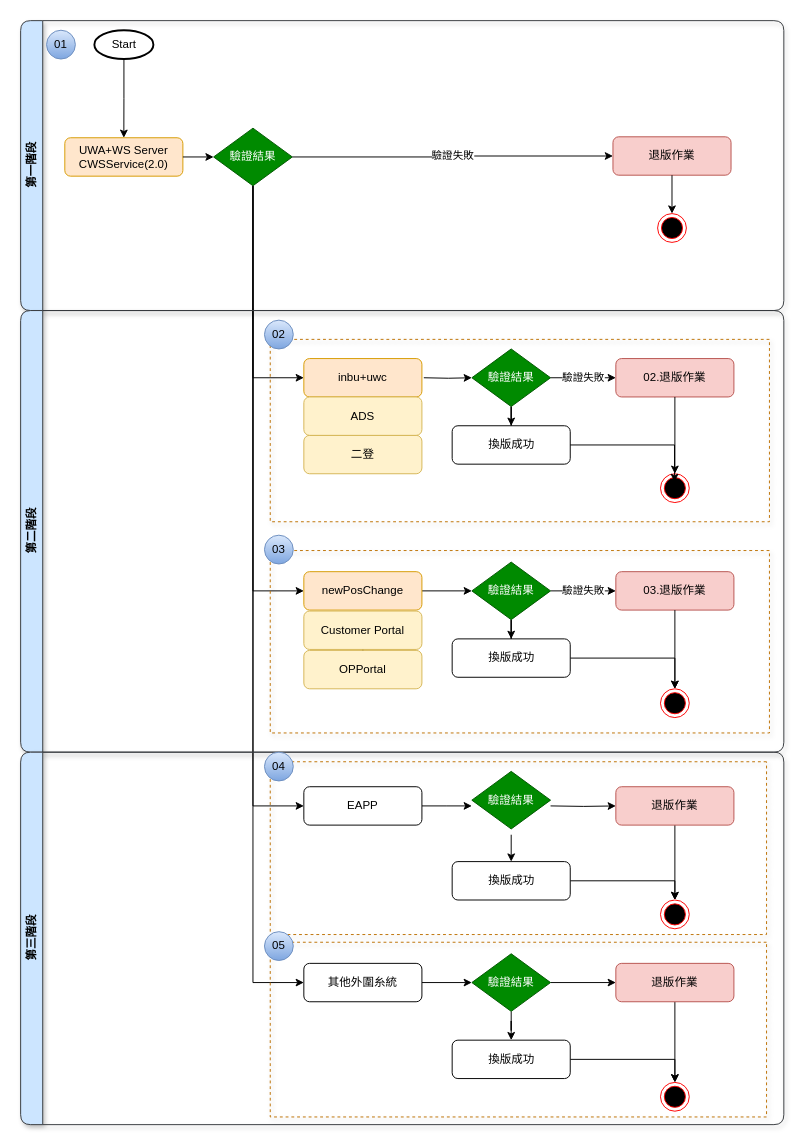
This is 未命名绘图.drawio from chenegg/chenegg.github.io, a draw.io file, before an edit. Source tidied: cells renumbered, new cells numbered last; positions are measured from the earlier drawing's top-left corner, leaving out a move shared by most shapes. Both pictures are drawn from the tidied source at 96%, with x=0, y=0 at pixel (20, 20).
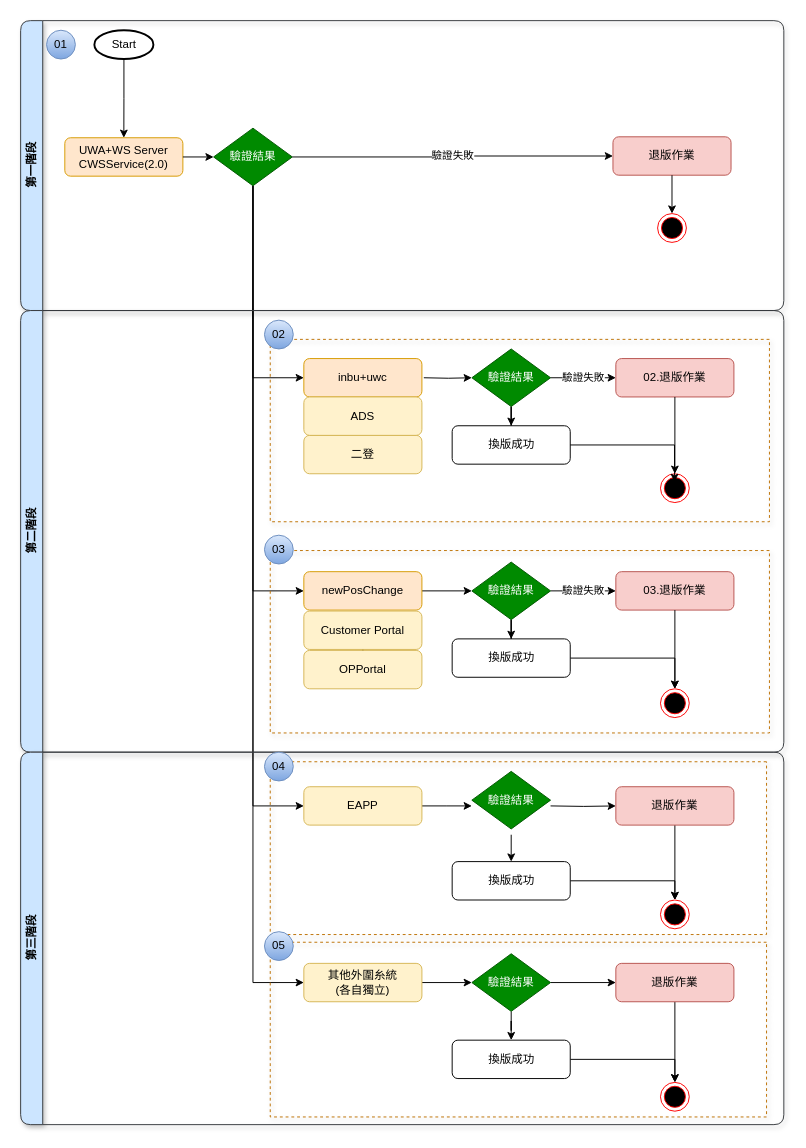
After the change.

Commit message (it also covers changes not shown here):
更新未命名绘图.drawio

The change refers to these unchanged cells:
```xml
<mxCell id="49" value="第三階段" style="swimlane;horizontal=0;whiteSpace=wrap;html=1;rounded=1;shadow=1;fillColor=#cce5ff;strokeColor=#36393d;" parent="1" vertex="1">
  <mxGeometry y="762" width="795" height="388" as="geometry" />
</mxCell>
```

The edit, as a diff of the source:
```diff
@@
-    <mxCell id="12" value="EAPP" style="rounded=1;whiteSpace=wrap;html=1;fontSize=12;glass=0;strokeWidth=1;shadow=0;" parent="1" vertex="1">
+    <mxCell id="12" value="EAPP" style="rounded=1;whiteSpace=wrap;html=1;fontSize=12;glass=0;strokeWidth=1;shadow=0;fillColor=#fff2cc;strokeColor=#d6b656;" parent="1" vertex="1">
       <mxGeometry x="295" y="798" width="123" height="40" as="geometry" />
     </mxCell>
@@
-    <mxCell id="56" value="其他外圍糸統" style="rounded=1;whiteSpace=wrap;html=1;fontSize=12;glass=0;strokeWidth=1;shadow=0;" parent="49" vertex="1">
+    <mxCell id="56" value="其他外圍糸統&lt;div&gt;(各自獨立)&lt;/div&gt;" style="rounded=1;whiteSpace=wrap;html=1;fontSize=12;glass=0;strokeWidth=1;shadow=0;fillColor=#fff2cc;strokeColor=#d6b656;" parent="49" vertex="1">
       <mxGeometry x="295" y="220" width="123" height="40" as="geometry" />
     </mxCell>
```
